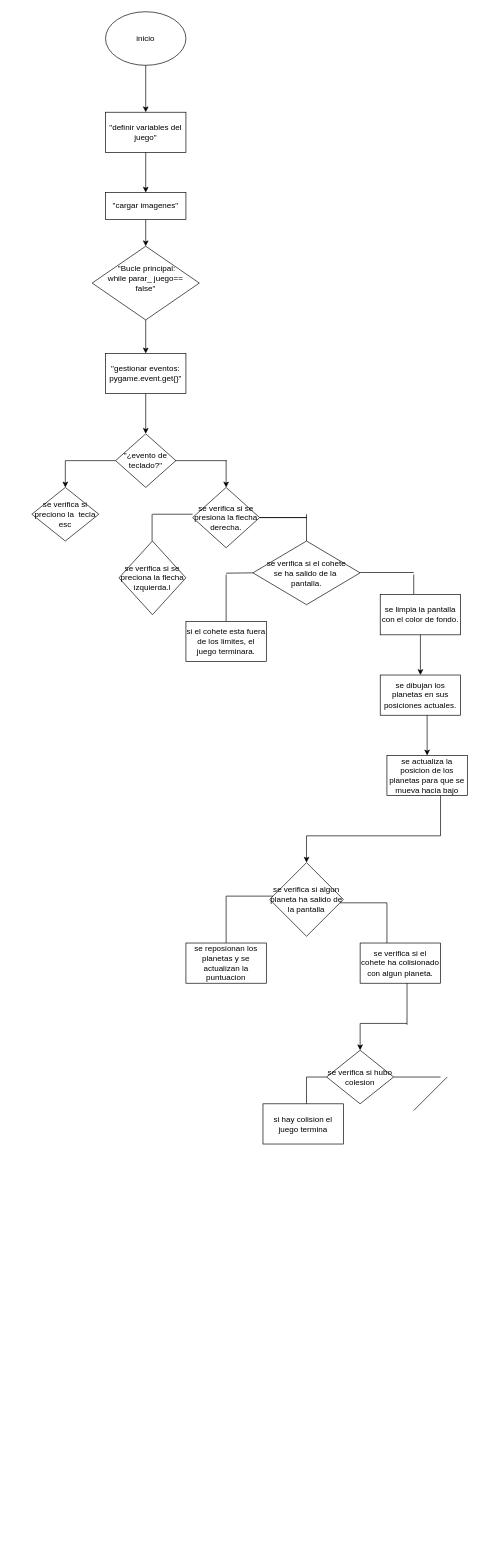
Before: diagrama.drawio in sofia479/bismestral_1, a draw.io diagram. Source tidied: cells renumbered, new cells numbered last; positions are measured from the earlier drawing's top-left corner, leaving out a move shared by most shapes. Both pictures are drawn from the tidied source at 67%, with x=0, y=0 at pixel (31, 11).
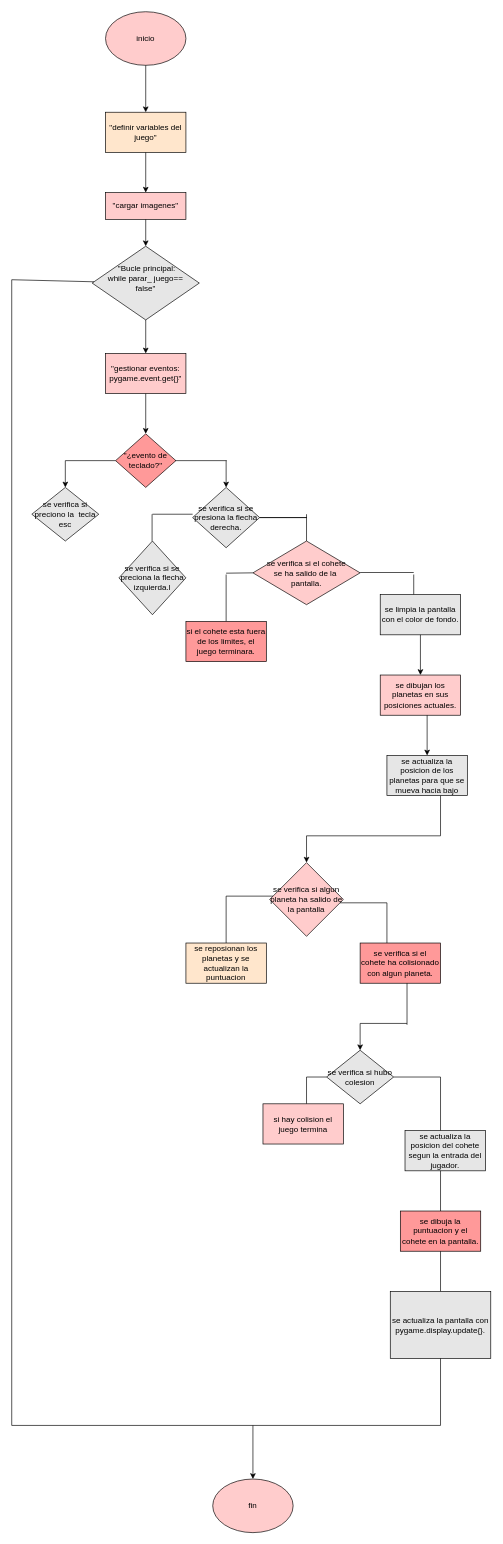
Above is the later version.

Change to the diagram source:
```diff
@@
-    <mxCell id="2" value="inicio" style="ellipse;whiteSpace=wrap;html=1;" parent="1" vertex="1">
+    <mxCell id="2" value="inicio" style="ellipse;whiteSpace=wrap;html=1;fillColor=#FFCCCC;" parent="1" vertex="1">
       <mxGeometry x="110" width="120" height="80" as="geometry" />
     </mxCell>
-    <mxCell id="3" value="&quot;definir variables del juego&quot;" style="rounded=0;whiteSpace=wrap;html=1;" parent="1" vertex="1">
+    <mxCell id="3" value="&quot;definir variables del juego&quot;" style="rounded=0;whiteSpace=wrap;html=1;fillColor=#FFE6CC;" parent="1" vertex="1">
       <mxGeometry x="110" y="150" width="120" height="60" as="geometry" />
     </mxCell>
@@
-    <mxCell id="6" value="&quot;cargar imagenes&quot;" style="rounded=0;whiteSpace=wrap;html=1;" parent="1" vertex="1">
+    <mxCell id="6" value="&quot;cargar imagenes&quot;" style="rounded=0;whiteSpace=wrap;html=1;fillColor=#FFCCCC;" parent="1" vertex="1">
       <mxGeometry x="110" y="270" width="120" height="40" as="geometry" />
     </mxCell>
@@
-    <mxCell id="8" value="&amp;nbsp;&quot;Bucle principal:&lt;div&gt;&lt;font color=&quot;#000000&quot;&gt;while parar_ juego==&lt;/font&gt;&lt;/div&gt;&lt;div&gt;&lt;font color=&quot;#000000&quot;&gt;&lt;font color=&quot;#000000&quot;&gt;false&quot;&lt;br&gt;&lt;/font&gt;&lt;/font&gt;&lt;div&gt;&lt;br&gt;&lt;/div&gt;&lt;/div&gt;" style="rhombus;whiteSpace=wrap;html=1;" parent="1" vertex="1">
+    <mxCell id="8" value="&amp;nbsp;&quot;Bucle principal:&lt;div&gt;&lt;font color=&quot;#000000&quot;&gt;while parar_ juego==&lt;/font&gt;&lt;/div&gt;&lt;div&gt;&lt;font color=&quot;#000000&quot;&gt;&lt;font color=&quot;#000000&quot;&gt;false&quot;&lt;br&gt;&lt;/font&gt;&lt;/font&gt;&lt;div&gt;&lt;br&gt;&lt;/div&gt;&lt;/div&gt;" style="rhombus;whiteSpace=wrap;html=1;fillColor=#E6E6E6;" parent="1" vertex="1">
       <mxGeometry x="90" y="350" width="160" height="110" as="geometry" />
     </mxCell>
@@
-    <mxCell id="10" value="&quot;gestionar eventos:&lt;div&gt;pygame.event.get{}&quot;&lt;/div&gt;" style="rounded=0;whiteSpace=wrap;html=1;" parent="1" vertex="1">
+    <mxCell id="10" value="&quot;gestionar eventos:&lt;div&gt;pygame.event.get{}&quot;&lt;/div&gt;" style="rounded=0;whiteSpace=wrap;html=1;fillColor=#FFCCCC;" parent="1" vertex="1">
       <mxGeometry x="110" y="510" width="120" height="60" as="geometry" />
     </mxCell>
@@
-    <mxCell id="12" value="&quot;¿evento de teclado?&quot;" style="rhombus;whiteSpace=wrap;html=1;" parent="1" vertex="1">
+    <mxCell id="12" value="&quot;¿evento de teclado?&quot;" style="rhombus;whiteSpace=wrap;html=1;fillColor=#FF9999;" parent="1" vertex="1">
       <mxGeometry x="125" y="630" width="90" height="80" as="geometry" />
     </mxCell>
@@
-    <mxCell id="17" value="se verifica si preciono la&amp;nbsp; tecla esc" style="rhombus;whiteSpace=wrap;html=1;" parent="1" vertex="1">
+    <mxCell id="17" value="se verifica si preciono la&amp;nbsp; tecla esc" style="rhombus;whiteSpace=wrap;html=1;fillColor=#E6E6E6;" parent="1" vertex="1">
       <mxGeometry y="710" width="100" height="80" as="geometry" />
     </mxCell>
-    <mxCell id="18" value="&lt;span style=&quot;color: rgb(0, 0, 0);&quot;&gt;se verifica si se presiona la flecha derecha.&lt;/span&gt;" style="rhombus;whiteSpace=wrap;html=1;" parent="1" vertex="1">
+    <mxCell id="18" value="&lt;span style=&quot;color: rgb(0, 0, 0);&quot;&gt;se verifica si se presiona la flecha derecha.&lt;/span&gt;" style="rhombus;whiteSpace=wrap;html=1;fillColor=#E6E6E6;" parent="1" vertex="1">
       <mxGeometry x="240" y="710" width="100" height="90" as="geometry" />
     </mxCell>
@@
-    <mxCell id="21" value="se verifica si se preciona la flecha izquierda.l" style="rhombus;whiteSpace=wrap;html=1;" parent="1" vertex="1">
+    <mxCell id="21" value="se verifica si se preciona la flecha izquierda.l" style="rhombus;whiteSpace=wrap;html=1;fillColor=#E6E6E6;" parent="1" vertex="1">
       <mxGeometry x="130" y="790" width="100" height="110" as="geometry" />
     </mxCell>
@@
-    <mxCell id="25" value="se verifica si el cohete&lt;div&gt;se ha salido de la&amp;nbsp;&lt;/div&gt;&lt;div&gt;pantalla.&lt;/div&gt;" style="rhombus;whiteSpace=wrap;html=1;" parent="1" vertex="1">
+    <mxCell id="25" value="se verifica si el cohete&lt;div&gt;se ha salido de la&amp;nbsp;&lt;/div&gt;&lt;div&gt;pantalla.&lt;/div&gt;" style="rhombus;whiteSpace=wrap;html=1;fillColor=#FFCCCC;" parent="1" vertex="1">
       <mxGeometry x="330" y="790" width="160" height="95" as="geometry" />
     </mxCell>
@@
-    <mxCell id="28" value="si el cohete esta fuera&lt;div&gt;de los limites, el juego terminara.&lt;/div&gt;" style="rounded=0;whiteSpace=wrap;html=1;" parent="1" vertex="1">
+    <mxCell id="28" value="si el cohete esta fuera&lt;div&gt;de los limites, el juego terminara.&lt;/div&gt;" style="rounded=0;whiteSpace=wrap;html=1;fillColor=#FF9999;" parent="1" vertex="1">
       <mxGeometry x="230" y="910" width="120" height="60" as="geometry" />
     </mxCell>
@@
-    <mxCell id="31" value="se limpia la pantalla con el color de fondo." style="rounded=0;whiteSpace=wrap;html=1;" parent="1" vertex="1">
+    <mxCell id="31" value="se limpia la pantalla con el color de fondo." style="rounded=0;whiteSpace=wrap;html=1;fillColor=#E6E6E6;" parent="1" vertex="1">
       <mxGeometry x="520" y="870" width="120" height="60" as="geometry" />
     </mxCell>
@@
-    <mxCell id="33" value="se dibujan los planetas en sus posiciones actuales." style="rounded=0;whiteSpace=wrap;html=1;" parent="1" vertex="1">
+    <mxCell id="33" value="se dibujan los planetas en sus posiciones actuales." style="rounded=0;whiteSpace=wrap;html=1;fillColor=#FFCCCC;" parent="1" vertex="1">
       <mxGeometry x="520" y="990" width="120" height="60" as="geometry" />
     </mxCell>
@@
-    <mxCell id="35" value="se actualiza la posicion de los planetas para que se mueva hacia bajo" style="rounded=0;whiteSpace=wrap;html=1;" parent="1" vertex="1">
+    <mxCell id="35" value="se actualiza la posicion de los planetas para que se mueva hacia bajo" style="rounded=0;whiteSpace=wrap;html=1;fillColor=#E6E6E6;" parent="1" vertex="1">
       <mxGeometry x="530" y="1110" width="120" height="60" as="geometry" />
     </mxCell>
@@
-    <mxCell id="39" value="se verifica si algun&lt;div&gt;planeta ha salido de&lt;/div&gt;&lt;div&gt;la pantalla&lt;/div&gt;" style="rhombus;whiteSpace=wrap;html=1;" parent="1" vertex="1">
+    <mxCell id="39" value="se verifica si algun&lt;div&gt;planeta ha salido de&lt;/div&gt;&lt;div&gt;la pantalla&lt;/div&gt;" style="rhombus;whiteSpace=wrap;html=1;fillColor=#FFCCCC;" parent="1" vertex="1">
       <mxGeometry x="355" y="1270" width="110" height="110" as="geometry" />
     </mxCell>
@@
-    <mxCell id="42" value="se verifica si el cohete ha colisionado con algun planeta." style="rounded=0;whiteSpace=wrap;html=1;" parent="1" vertex="1">
+    <mxCell id="42" value="se verifica si el cohete ha colisionado con algun planeta." style="rounded=0;whiteSpace=wrap;html=1;fillColor=#FF9999;" parent="1" vertex="1">
       <mxGeometry x="490" y="1390" width="120" height="60" as="geometry" />
     </mxCell>
@@
-    <mxCell id="45" value="se reposionan los planetas y se actualizan la puntuacion" style="rounded=0;whiteSpace=wrap;html=1;" parent="1" vertex="1">
+    <mxCell id="45" value="se reposionan los planetas y se actualizan la puntuacion" style="rounded=0;whiteSpace=wrap;html=1;fillColor=#FFE6CC;" parent="1" vertex="1">
       <mxGeometry x="230" y="1390" width="120" height="60" as="geometry" />
     </mxCell>
@@
-    <mxCell id="49" value="se verifica si hubo&lt;div&gt;colesion&lt;/div&gt;" style="rhombus;whiteSpace=wrap;html=1;" parent="1" vertex="1">
+    <mxCell id="49" value="se verifica si hubo&lt;div&gt;colesion&lt;/div&gt;" style="rhombus;whiteSpace=wrap;html=1;fillColor=#E6E6E6;" parent="1" vertex="1">
       <mxGeometry x="440" y="1550" width="100" height="80" as="geometry" />
     </mxCell>
@@
-    <mxCell id="52" value="si hay colision el juego termina" style="rounded=0;whiteSpace=wrap;html=1;" parent="1" vertex="1">
+    <mxCell id="52" value="si hay colision el juego termina" style="rounded=0;whiteSpace=wrap;html=1;fillColor=#FFCCCC;" parent="1" vertex="1">
       <mxGeometry x="345" y="1630" width="120" height="60" as="geometry" />
     </mxCell>
@@
     <mxCell id="54" style="endArrow=none;html=1;" parent="1" edge="1">
       <mxGeometry relative="1" as="geometry">
-        <mxPoint x="570" y="1640" as="sourcePoint" />
-        <mxPoint x="620" y="1590" as="targetPoint" />
+        <mxPoint x="610" y="1670" as="sourcePoint" />
+        <mxPoint x="610" y="1590" as="targetPoint" />
       </mxGeometry>
     </mxCell>
+    <mxCell id="55" value="se actualiza la posicion del cohete segun la entrada del jugador." style="rounded=0;whiteSpace=wrap;html=1;fillColor=#E6E6E6;" parent="1" vertex="1">
+      <mxGeometry x="557" y="1670" width="120" height="60" as="geometry" />
+    </mxCell>
+    <mxCell id="56" style="endArrow=none;html=1;" parent="1" edge="1">
+      <mxGeometry relative="1" as="geometry">
+        <mxPoint x="610" y="1790" as="sourcePoint" />
+        <mxPoint x="610" y="1730" as="targetPoint" />
+      </mxGeometry>
+    </mxCell>
+    <mxCell id="57" value="se dibuja la puntuacion y el cohete en la pantalla." style="rounded=0;whiteSpace=wrap;html=1;fillColor=#FF9999;" parent="1" vertex="1">
+      <mxGeometry x="550" y="1790" width="120" height="60" as="geometry" />
+    </mxCell>
+    <mxCell id="58" style="endArrow=none;html=1;" parent="1" edge="1">
+      <mxGeometry relative="1" as="geometry">
+        <mxPoint x="610" y="1910" as="sourcePoint" />
+        <mxPoint x="610" y="1850" as="targetPoint" />
+      </mxGeometry>
+    </mxCell>
+    <mxCell id="59" value="se actualiza la pantalla con pygame.display.update{}." style="rounded=0;whiteSpace=wrap;html=1;fillColor=#E6E6E6;" parent="1" vertex="1">
+      <mxGeometry x="535" y="1910" width="150" height="100" as="geometry" />
+    </mxCell>
+    <mxCell id="60" style="endArrow=none;html=1;" parent="1" edge="1">
+      <mxGeometry relative="1" as="geometry">
+        <mxPoint x="610" y="2110" as="sourcePoint" />
+        <mxPoint x="610" y="2010" as="targetPoint" />
+      </mxGeometry>
+    </mxCell>
+    <mxCell id="61" style="endArrow=none;html=1;" parent="1" edge="1">
+      <mxGeometry relative="1" as="geometry">
+        <mxPoint x="-30" y="2110" as="sourcePoint" />
+        <mxPoint x="610" y="2110" as="targetPoint" />
+      </mxGeometry>
+    </mxCell>
+    <mxCell id="62" style="endArrow=none;html=1;" parent="1" edge="1">
+      <mxGeometry relative="1" as="geometry">
+        <mxPoint x="-30" y="2110" as="sourcePoint" />
+        <mxPoint x="-30" y="400" as="targetPoint" />
+      </mxGeometry>
+    </mxCell>
+    <mxCell id="63" style="endArrow=none;html=1;" parent="1" edge="1" target="8">
+      <mxGeometry relative="1" as="geometry">
+        <mxPoint x="-30" y="400" as="sourcePoint" />
+      </mxGeometry>
+    </mxCell>
+    <mxCell id="64" style="endArrow=classic;html=1;" parent="1" edge="1">
+      <mxGeometry relative="1" as="geometry">
+        <mxPoint x="330" y="2110" as="sourcePoint" />
+        <mxPoint x="330" y="2190" as="targetPoint" />
+      </mxGeometry>
+    </mxCell>
+    <mxCell id="65" value="fin" style="ellipse;whiteSpace=wrap;html=1;fillColor=#FFCCCC;" parent="1" vertex="1">
+      <mxGeometry x="270" y="2190" width="120" height="80" as="geometry" />
+    </mxCell>
```
